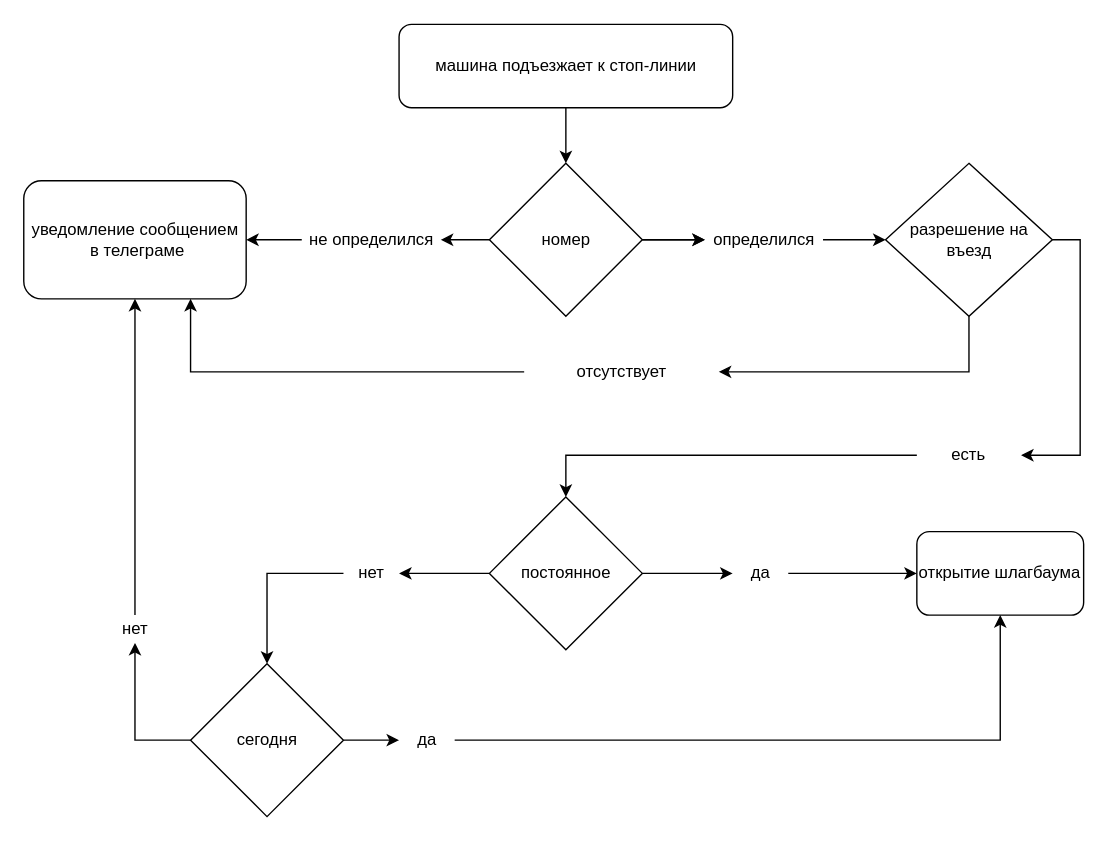
hwax0r/supervisor keeps this draw.io diagram as extras/GATEWAY_algorithm_raw.drawio. Above is the earlier version. Source tidied: cells renumbered, new cells numbered last; positions are measured from the earlier drawing's top-left corner, leaving out a move shared by most shapes. Both pictures are drawn from the tidied source at 139%, with x=0, y=0 at pixel (24, 24).
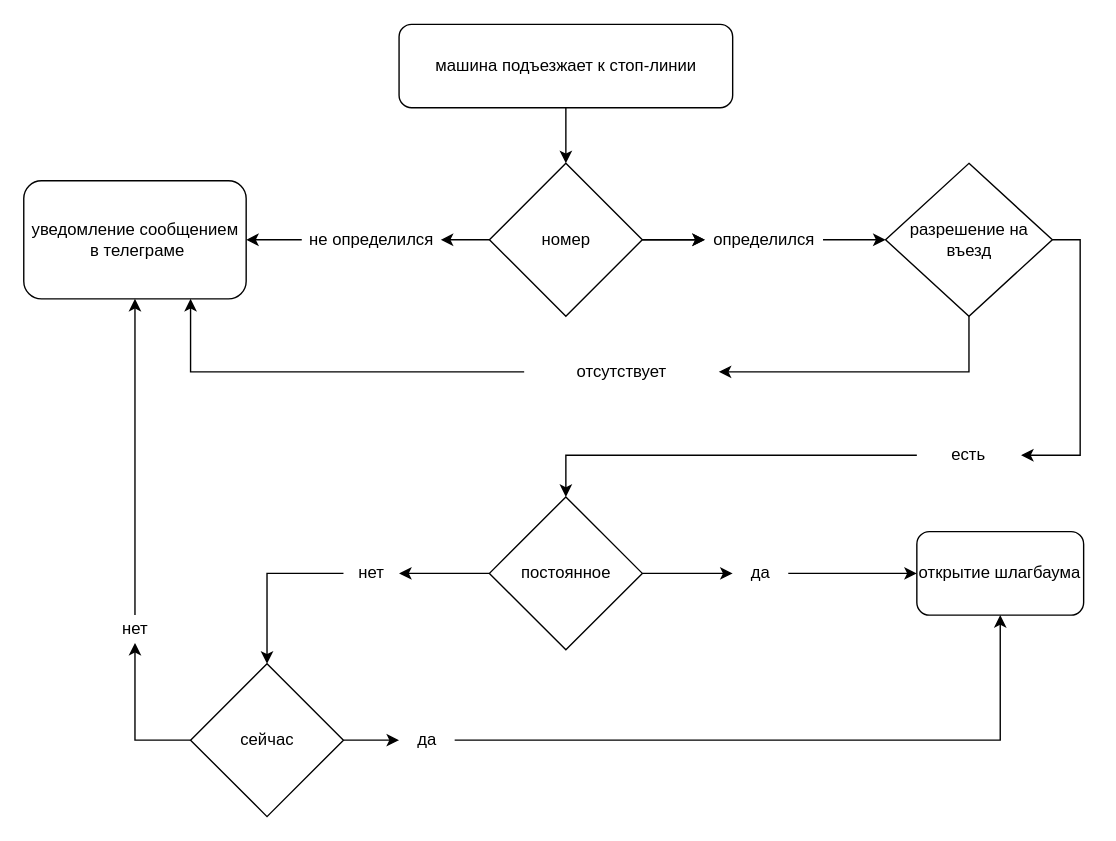
After the change.

Commit message (it also covers changes not shown here):
changed "сегодня" to "сейчас"

Diff of the diagram source:
```diff
@@
-    <mxCell id="30" value="сегодня" style="rhombus;whiteSpace=wrap;html=1;" parent="1" vertex="1">
+    <mxCell id="30" value="сейчас" style="rhombus;whiteSpace=wrap;html=1;" parent="1" vertex="1">
       <mxGeometry x="119.6" y="460" width="110" height="110" as="geometry" />
     </mxCell>
```
